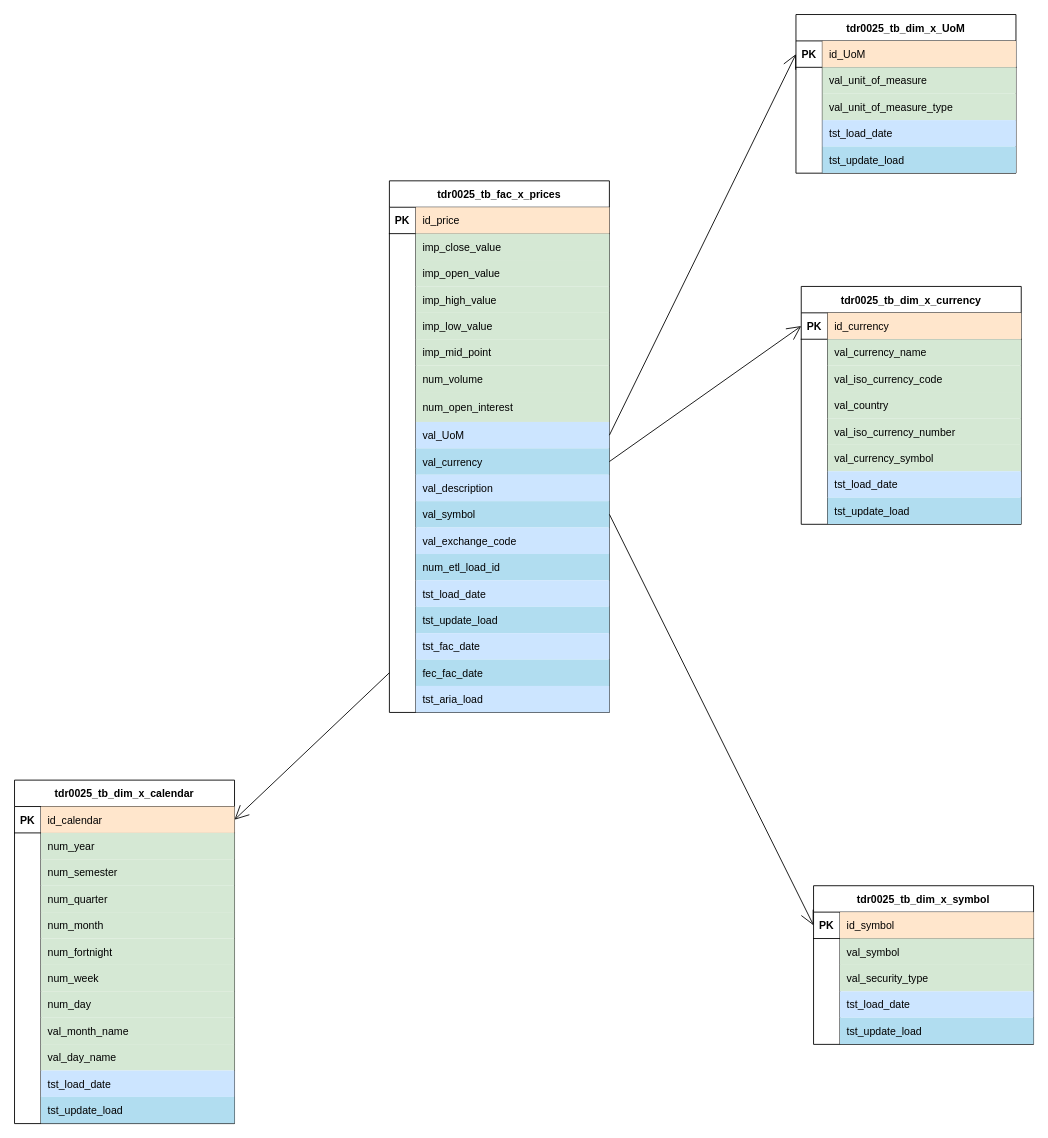
Earlier version of the draw.io diagram ModeloDatosMiniPoc.drawio (robertoOlmedo/TDDPublic). Source tidied: cells renumbered, new cells numbered last; positions are measured from the earlier drawing's top-left corner, leaving out a move shared by most shapes. Both pictures are drawn from the tidied source at 88%, with x=0, y=0 at pixel (14, 14).
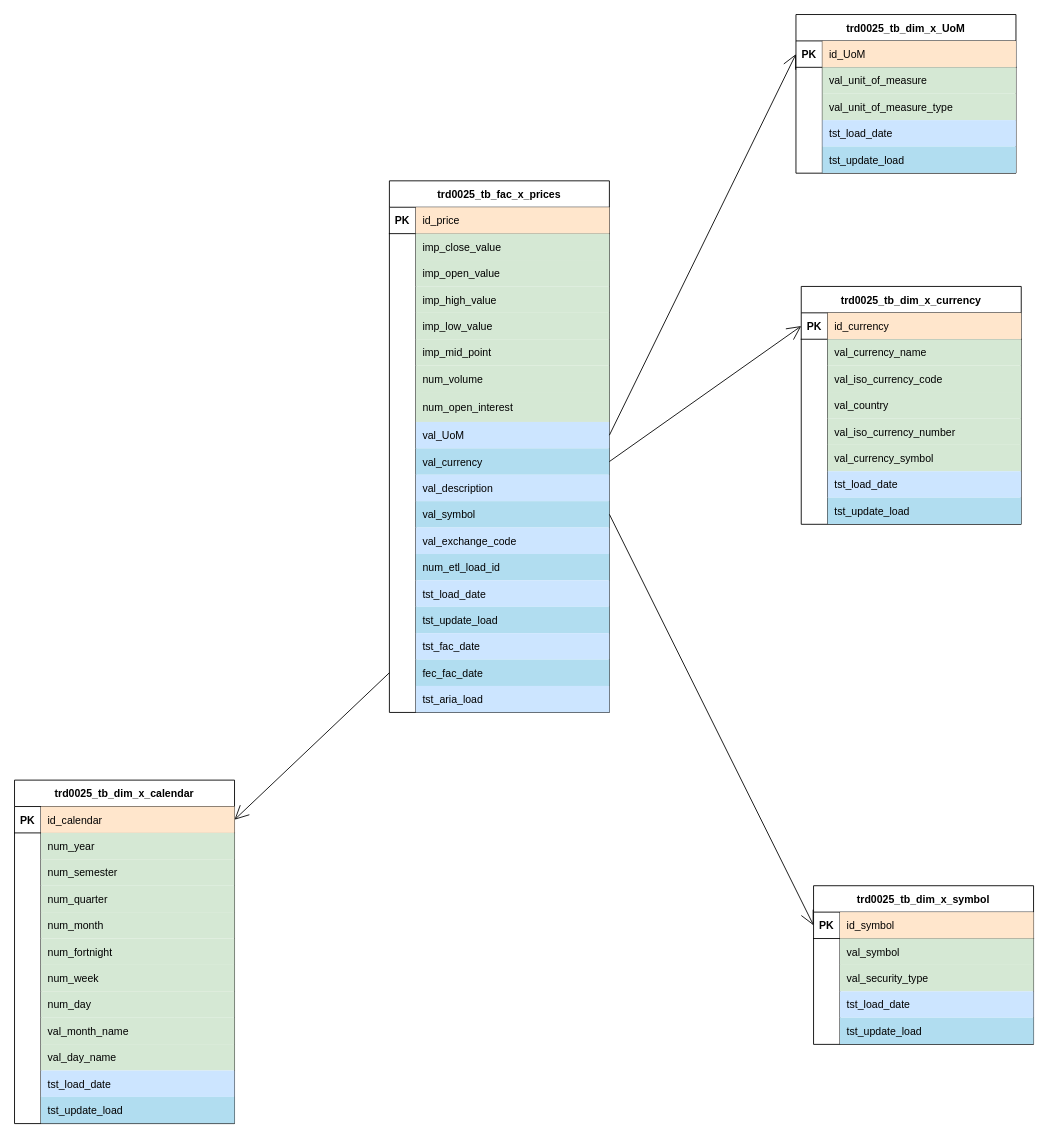
After the change.

Commit message:
Cambiado tdr por trd en el nombre de las tablas

What changed in the source:
```diff
@@
-    <mxCell id="2" value="tdr0025_tb_fac_x_prices" style="shape=table;startSize=30;childLayout=tableLayout;rowLines=0;fontStyle=1;align=center;strokeColor=#000000;rounded=0;" parent="1" vertex="1">
+    <mxCell id="2" value="trd0025_tb_fac_x_prices" style="shape=table;startSize=30;childLayout=tableLayout;rowLines=0;fontStyle=1;align=center;strokeColor=#000000;rounded=0;" parent="1" vertex="1">
       <mxGeometry x="426" y="189" width="250" height="604.1" as="geometry" />
     </mxCell>
@@
-    <mxCell id="60" value="tdr0025_tb_dim_x_currency" style="shape=table;startSize=30;childLayout=tableLayout;rowLines=0;fontStyle=1;align=center;strokeColor=#000000;rounded=0;" parent="1" vertex="1">
+    <mxCell id="60" value="trd0025_tb_dim_x_currency" style="shape=table;startSize=30;childLayout=tableLayout;rowLines=0;fontStyle=1;align=center;strokeColor=#000000;rounded=0;" parent="1" vertex="1">
       <mxGeometry x="894" y="309" width="250" height="270.3" as="geometry" />
     </mxCell>
@@
-    <mxCell id="85" value="tdr0025_tb_dim_x_UoM" style="shape=table;startSize=30;childLayout=tableLayout;rowLines=0;fontStyle=1;align=center;strokeColor=#000000;rounded=0;" parent="1" vertex="1">
+    <mxCell id="85" value="trd0025_tb_dim_x_UoM" style="shape=table;startSize=30;childLayout=tableLayout;rowLines=0;fontStyle=1;align=center;strokeColor=#000000;rounded=0;" parent="1" vertex="1">
       <mxGeometry x="888" width="250" height="180.3" as="geometry" />
     </mxCell>
@@
-    <mxCell id="101" value="tdr0025_tb_dim_x_symbol" style="shape=table;startSize=30;childLayout=tableLayout;rowLines=0;fontStyle=1;align=center;strokeColor=#000000;rounded=0;" parent="1" vertex="1">
+    <mxCell id="101" value="trd0025_tb_dim_x_symbol" style="shape=table;startSize=30;childLayout=tableLayout;rowLines=0;fontStyle=1;align=center;strokeColor=#000000;rounded=0;" parent="1" vertex="1">
       <mxGeometry x="908" y="990" width="250" height="180.3" as="geometry" />
     </mxCell>
@@
-    <mxCell id="117" value="tdr0025_tb_dim_x_calendar" style="shape=table;startSize=30;childLayout=tableLayout;rowLines=0;fontStyle=1;align=center;strokeColor=#000000;rounded=0;" parent="1" vertex="1">
+    <mxCell id="117" value="trd0025_tb_dim_x_calendar" style="shape=table;startSize=30;childLayout=tableLayout;rowLines=0;fontStyle=1;align=center;strokeColor=#000000;rounded=0;" parent="1" vertex="1">
       <mxGeometry y="870" width="250" height="390.3" as="geometry" />
     </mxCell>
```
